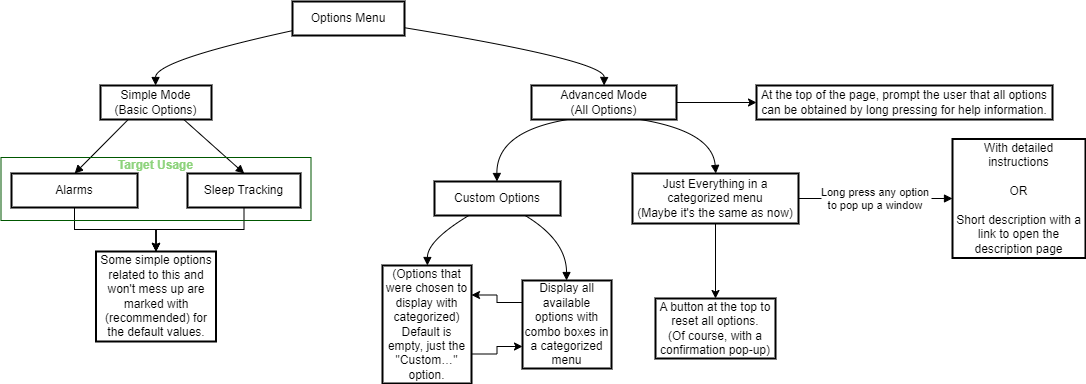
The draw.io diagram Sleep as Android.drawio.png in Mishasama/draw.io, before a commit. Source tidied: cells renumbered, new cells last; positions are measured from the earlier drawing's top-left corner, leaving out a move shared by most shapes.
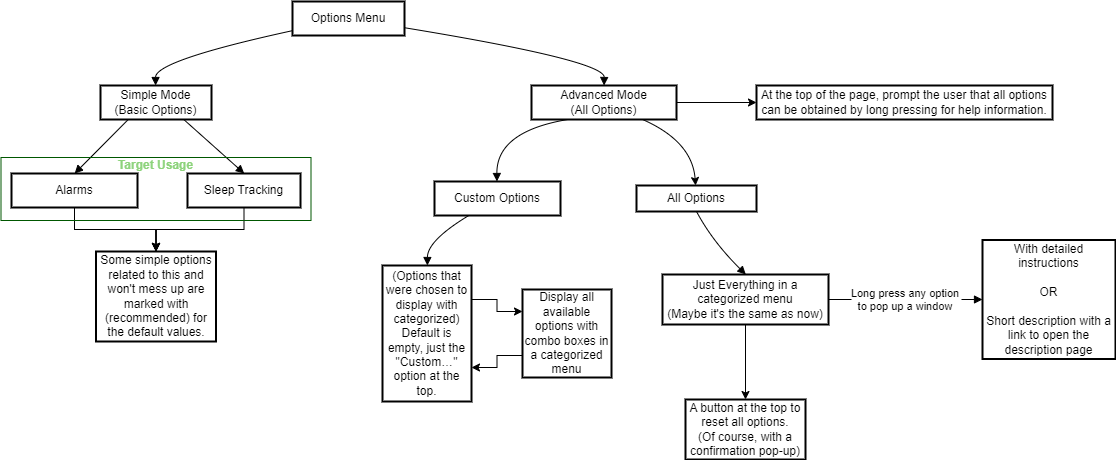
The same file after the commit.

Change to the diagram source:
```diff
@@ -11,6 +11,13 @@
     <mxCell id="4" style="edgeStyle=orthogonalEdgeStyle;rounded=0;jettySize=auto;html=1;" parent="1" edge="1" source="5" target="28">
       <mxGeometry relative="1" as="geometry" />
     </mxCell>
+    <mxCell id="33" style="jettySize=auto;html=1;curved=1;" parent="1" edge="1" source="5" target="34">
+      <mxGeometry relative="1" as="geometry">
+        <Array as="points">
+          <mxPoint x="692" y="140" />
+        </Array>
+      </mxGeometry>
+    </mxCell>
     <mxCell id="5" value="Advanced Mode&#10;(All Options)" style="whiteSpace=wrap;strokeWidth=2;rounded=0;" parent="1" vertex="1">
       <mxGeometry x="531" y="84" width="145" height="34" as="geometry" />
     </mxCell>
@@ -21,10 +28,10 @@
       <mxGeometry relative="1" as="geometry" />
     </mxCell>
     <mxCell id="8" value="Just Everything in a categorized menu&#10;(Maybe it's the same as now)" style="whiteSpace=wrap;strokeWidth=2;rounded=0;" parent="1" vertex="1">
-      <mxGeometry x="632" y="172" width="166" height="50" as="geometry" />
+      <mxGeometry x="662" y="273" width="166" height="50" as="geometry" />
     </mxCell>
     <mxCell id="9" value="With detailed instructions&#10;&#10;OR&#10;&#10;Short description with a link to open the description page" style="whiteSpace=wrap;strokeWidth=2;rounded=0;" parent="1" vertex="1">
-      <mxGeometry x="952" y="137.5" width="133" height="119" as="geometry" />
+      <mxGeometry x="982" y="238.5" width="133" height="119" as="geometry" />
     </mxCell>
     <mxCell id="10" style="edgeStyle=orthogonalEdgeStyle;rounded=0;jettySize=auto;html=1;" parent="1" edge="1" source="31" target="27">
       <mxGeometry relative="1" as="geometry" />
@@ -38,17 +45,17 @@
     <mxCell id="13" style="edgeStyle=orthogonalEdgeStyle;rounded=0;jettySize=auto;html=1;" parent="1" edge="1" source="32" target="27">
       <mxGeometry relative="1" as="geometry" />
     </mxCell>
-    <mxCell id="14" style="edgeStyle=orthogonalEdgeStyle;rounded=0;hachureGap=4;jettySize=auto;html=1;exitX=1;exitY=0.75;exitDx=0;exitDy=0;fontFamily=Architects Daughter;fontSource=https%3A%2F%2Ffonts.googleapis.com%2Fcss%3Ffamily%3DArchitects%2BDaughter;fontSize=16;entryX=0;entryY=0.75;entryDx=0;entryDy=0;" parent="1" edge="1" source="15" target="17">
+    <mxCell id="14" style="edgeStyle=orthogonalEdgeStyle;rounded=0;jettySize=auto;html=1;exitX=1;exitY=0.25;exitDx=0;exitDy=0;entryX=0;entryY=0.25;entryDx=0;entryDy=0;" parent="1" edge="1" source="15" target="17">
       <mxGeometry relative="1" as="geometry" />
     </mxCell>
-    <mxCell id="15" value="(Options that were chosen to display with categorized)&#10;Default is empty, just the &quot;Custom…&quot; option." style="whiteSpace=wrap;strokeWidth=2;labelBackgroundColor=none;labelBorderColor=none;gradientColor=none;fillColor=default;rounded=0;" parent="1" vertex="1">
-      <mxGeometry x="382" y="264" width="89" height="118" as="geometry" />
+    <mxCell id="15" value="(Options that were chosen to display with categorized)&#10;Default is empty, just the &quot;Custom…&quot; option at the top." style="whiteSpace=wrap;strokeWidth=2;labelBackgroundColor=none;labelBorderColor=none;gradientColor=none;fillColor=default;rounded=0;" parent="1" vertex="1">
+      <mxGeometry x="382" y="264" width="89" height="136" as="geometry" />
     </mxCell>
-    <mxCell id="16" style="edgeStyle=orthogonalEdgeStyle;rounded=0;hachureGap=4;jettySize=auto;html=1;exitX=0;exitY=0.25;exitDx=0;exitDy=0;entryX=1;entryY=0.25;entryDx=0;entryDy=0;fontFamily=Architects Daughter;fontSource=https%3A%2F%2Ffonts.googleapis.com%2Fcss%3Ffamily%3DArchitects%2BDaughter;fontSize=16;" parent="1" edge="1" source="17" target="15">
+    <mxCell id="16" style="edgeStyle=orthogonalEdgeStyle;rounded=0;jettySize=auto;html=1;exitX=0;exitY=0.75;exitDx=0;exitDy=0;entryX=1;entryY=0.75;entryDx=0;entryDy=0;" parent="1" edge="1" source="17" target="15">
       <mxGeometry relative="1" as="geometry" />
     </mxCell>
     <mxCell id="17" value="Display all available options with combo boxes in a categorized menu" style="whiteSpace=wrap;strokeWidth=2;rounded=0;" parent="1" vertex="1">
-      <mxGeometry x="522" y="279" width="89" height="88" as="geometry" />
+      <mxGeometry x="522" y="288" width="89" height="88" as="geometry" />
     </mxCell>
     <mxCell id="18" style="curved=1;startArrow=none;endArrow=block;exitX=-0.002354213169642857;exitY=0.8591916274249418;entryX=0.49630489864864863;entryY=0;rounded=0;" parent="1" edge="1" source="2" target="3">
       <mxGeometry relative="1" as="geometry">
@@ -71,10 +78,10 @@
         </Array>
       </mxGeometry>
     </mxCell>
-    <mxCell id="21" style="curved=1;startArrow=none;endArrow=block;exitX=0.75;exitY=1;entryX=0.5019155649038461;entryY=0;rounded=0;exitDx=0;exitDy=0;" parent="1" edge="1" source="5" target="8">
+    <mxCell id="21" style="curved=1;startArrow=none;endArrow=block;exitX=0.5;exitY=1;entryX=0.5019155649038461;entryY=0;rounded=0;exitDx=0;exitDy=0;" parent="1" edge="1" source="34" target="8">
       <mxGeometry relative="1" as="geometry">
         <Array as="points">
-          <mxPoint x="712" y="130" />
+          <mxPoint x="712" y="240" />
         </Array>
       </mxGeometry>
     </mxCell>
@@ -94,13 +101,6 @@
         </Array>
       </mxGeometry>
     </mxCell>
-    <mxCell id="26" style="curved=1;startArrow=none;endArrow=block;exitX=0.7192124462632277;exitY=1;entryX=0.49477703651685395;entryY=0;rounded=0;" parent="1" edge="1" source="6" target="17">
-      <mxGeometry relative="1" as="geometry">
-        <Array as="points">
-          <mxPoint x="566" y="239" />
-        </Array>
-      </mxGeometry>
-    </mxCell>
     <mxCell id="27" value="Some simple options related to this and won't mess up are marked with (recommended) for the default values." style="whiteSpace=wrap;html=1;strokeWidth=2;rounded=0;" parent="1" vertex="1">
       <mxGeometry x="95.5" y="250" width="120" height="90" as="geometry" />
     </mxCell>
@@ -108,7 +108,7 @@
       <mxGeometry x="756" y="84" width="296" height="34" as="geometry" />
     </mxCell>
     <mxCell id="29" value="A button at the top to reset all options.&lt;br&gt;(Of course, with a confirmation pop-up)" style="whiteSpace=wrap;html=1;strokeWidth=2;rounded=0;" parent="1" vertex="1">
-      <mxGeometry x="655" y="297" width="120" height="60" as="geometry" />
+      <mxGeometry x="685" y="398" width="120" height="60" as="geometry" />
     </mxCell>
     <mxCell id="30" value="&#10;Target Usage" style="swimlane;startSize=0;fillColor=#008a00;fontColor=#8dd37c;strokeColor=#005700;gradientColor=none;swimlaneFillColor=none;" parent="1" vertex="1">
       <mxGeometry x="0.5" y="156" width="310" height="63" as="geometry" />
@@ -119,5 +119,8 @@
     <mxCell id="32" value="Sleep Tracking" style="whiteSpace=wrap;strokeWidth=2;rounded=0;" parent="30" vertex="1">
       <mxGeometry x="186.5" y="16" width="113" height="34" as="geometry" />
     </mxCell>
+    <mxCell id="34" value="All Options" style="whiteSpace=wrap;html=1;strokeWidth=2;rounded=0;" parent="1" vertex="1">
+      <mxGeometry x="636" y="184" width="120" height="26" as="geometry" />
+    </mxCell>
   </root>
 </mxGraphModel>
```
